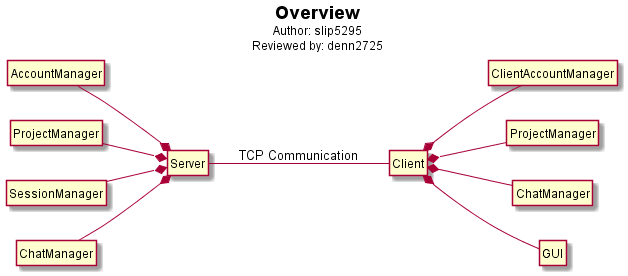
Above: hw3/Overview/overview.png in voxelv/sQuire_kw (PlantUML), before the change.
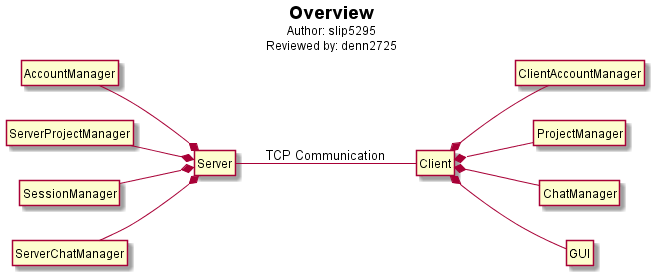
The same diagram one commit later.

What changed in the source:
```diff
@@ -15,9 +15,9 @@
 class "GUI" as sq_gui
 
 class "AccountManager" as sqs_ua_m
-class "ProjectManager" as sqs_pr_m
+class "ServerProjectManager" as sqs_pr_m
 class "SessionManager" as sqs_se_m
-class "ChatManager" as sqs_ch_m
+class "ServerChatManager" as sqs_ch_m
 
 sq_c *-- sq_projmgr
 sq_c *-- sq_acntmgr
```
